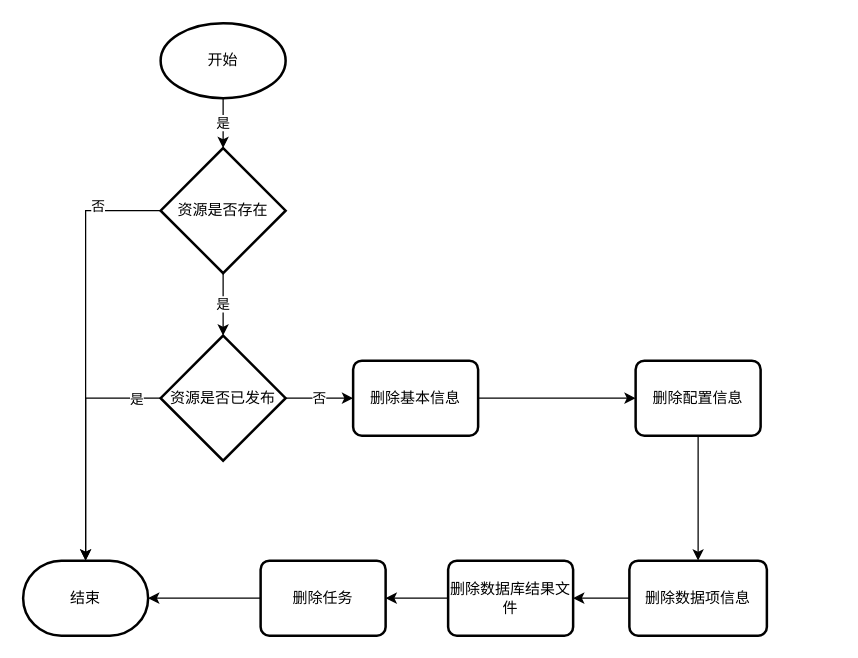
The draw.io diagram 数据资产删除.drawio in weiqingping/dw, before the edit. Source tidied: cells renumbered, new cells numbered last; positions are measured from the earlier drawing's top-left corner, leaving out a move shared by most shapes. Both pictures are drawn from the tidied source at 125%, with x=0, y=0 at pixel (22, 22).
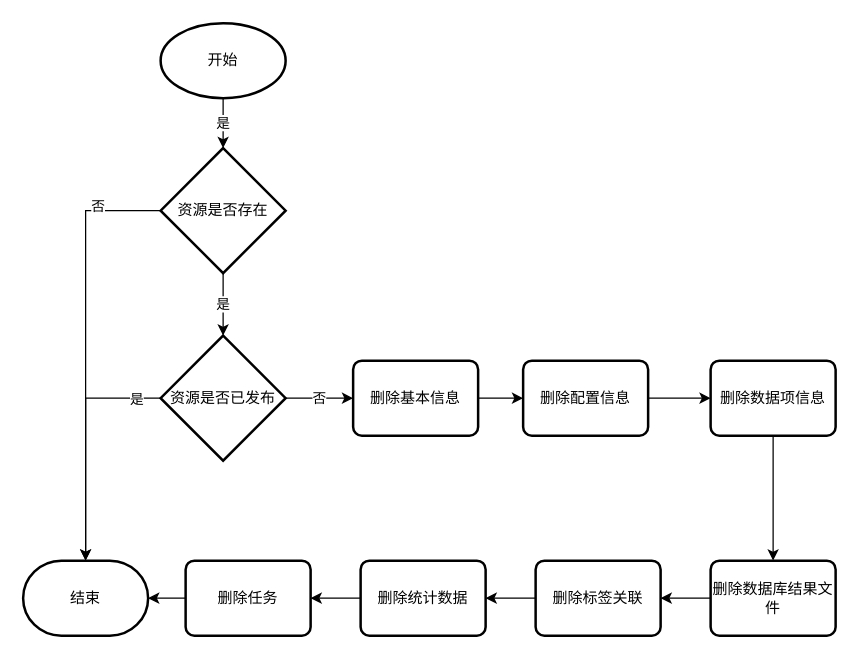
After the change.

Commit message (it also covers changes not shown here):
更新数据资产删除.drawio

The edit, as a diff of the source:
```diff
@@
-    <mxCell id="15" style="edgeStyle=orthogonalEdgeStyle;rounded=0;jettySize=auto;html=1;entryX=0.5;entryY=0;entryDx=0;entryDy=0;" parent="1" edge="1" source="16" target="18">
+    <mxCell id="15" style="edgeStyle=orthogonalEdgeStyle;rounded=0;jettySize=auto;html=1;" parent="1" edge="1" source="16" target="18">
       <mxGeometry relative="1" as="geometry" />
     </mxCell>
     <mxCell id="16" value="删除配置信息" style="rounded=1;whiteSpace=wrap;html=1;absoluteArcSize=1;arcSize=14;strokeWidth=2;" parent="1" vertex="1">
-      <mxGeometry x="490" y="270" width="100" height="60" as="geometry" />
+      <mxGeometry x="400" y="270" width="100" height="60" as="geometry" />
     </mxCell>
@@
     <mxCell id="18" value="删除数据项信息" style="rounded=1;whiteSpace=wrap;html=1;absoluteArcSize=1;arcSize=14;strokeWidth=2;" parent="1" vertex="1">
-      <mxGeometry x="485" y="430" width="110" height="60" as="geometry" />
+      <mxGeometry x="550" y="270" width="100" height="60" as="geometry" />
     </mxCell>
@@
     <mxCell id="20" value="删除任务" style="rounded=1;whiteSpace=wrap;html=1;absoluteArcSize=1;arcSize=14;strokeWidth=2;" parent="1" vertex="1">
-      <mxGeometry x="190" y="430" width="100" height="60" as="geometry" />
+      <mxGeometry x="130" y="430" width="100" height="60" as="geometry" />
     </mxCell>
-    <mxCell id="21" style="edgeStyle=orthogonalEdgeStyle;rounded=0;jettySize=auto;html=1;" parent="1" edge="1" source="22" target="20">
-      <mxGeometry relative="1" as="geometry" />
-    </mxCell>
+    <mxCell id="23" style="edgeStyle=orthogonalEdgeStyle;rounded=0;jettySize=auto;html=1;" parent="1" edge="1" source="22" target="25">
+      <mxGeometry relative="1" as="geometry" />
+    </mxCell>
     <mxCell id="22" value="删除数据库结果文件" style="rounded=1;whiteSpace=wrap;html=1;absoluteArcSize=1;arcSize=14;strokeWidth=2;" parent="1" vertex="1">
-      <mxGeometry x="340" y="430" width="100" height="60" as="geometry" />
+      <mxGeometry x="550" y="430" width="100" height="60" as="geometry" />
     </mxCell>
+    <mxCell id="24" style="edgeStyle=orthogonalEdgeStyle;rounded=0;jettySize=auto;html=1;" parent="1" edge="1" source="25" target="27">
+      <mxGeometry relative="1" as="geometry" />
+    </mxCell>
+    <mxCell id="25" value="删除标签关联" style="rounded=1;whiteSpace=wrap;html=1;absoluteArcSize=1;arcSize=14;strokeWidth=2;" parent="1" vertex="1">
+      <mxGeometry x="410" y="430" width="100" height="60" as="geometry" />
+    </mxCell>
+    <mxCell id="26" style="edgeStyle=orthogonalEdgeStyle;rounded=0;jettySize=auto;html=1;" parent="1" edge="1" source="27" target="20">
+      <mxGeometry relative="1" as="geometry" />
+    </mxCell>
+    <mxCell id="27" value="删除统计数据" style="rounded=1;whiteSpace=wrap;html=1;absoluteArcSize=1;arcSize=14;strokeWidth=2;" parent="1" vertex="1">
+      <mxGeometry x="270" y="430" width="100" height="60" as="geometry" />
+    </mxCell>
```
